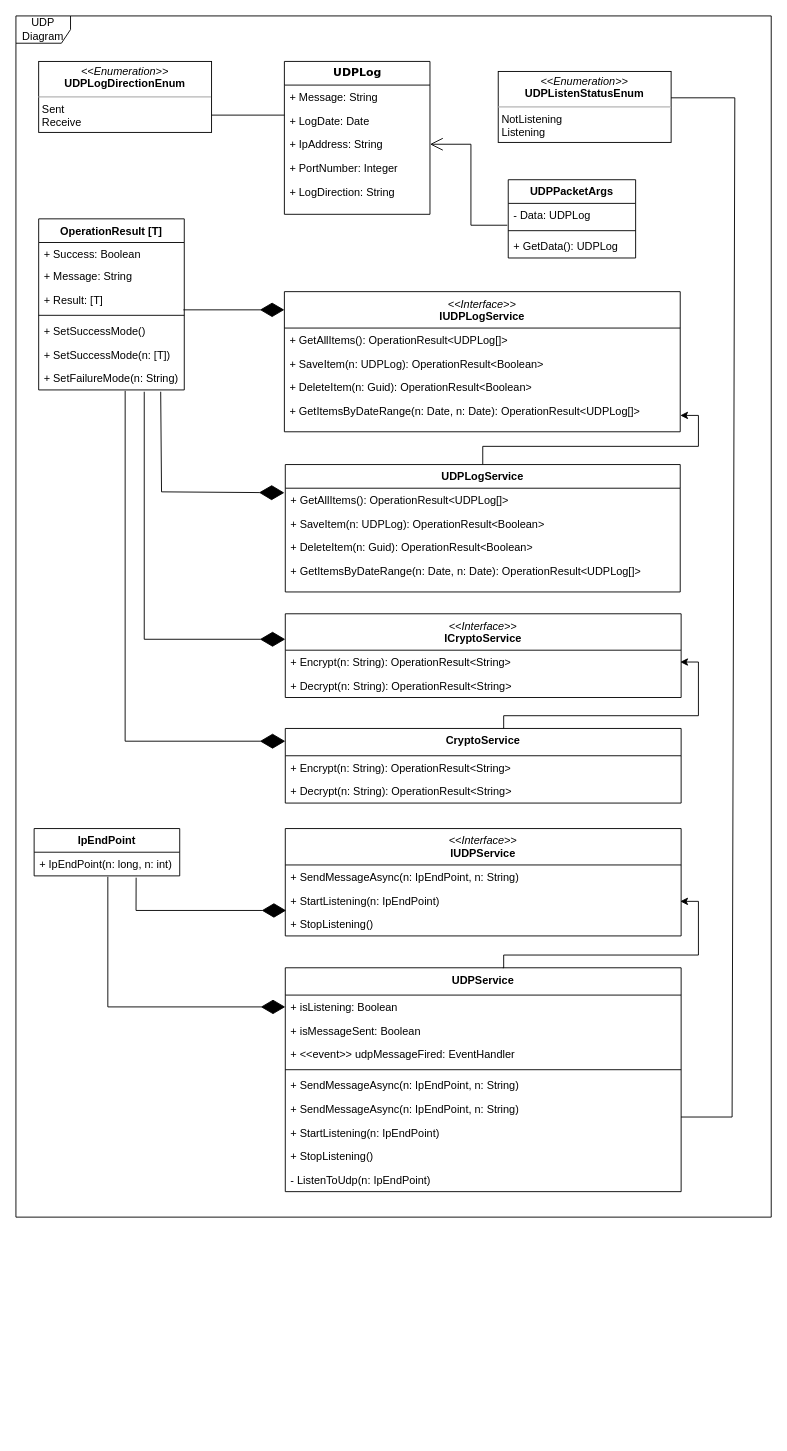
cusfekes/UDPCommunication keeps this draw.io diagram as UDPCommunication.UI/Documentation/UMLDiagrams/uml_class_diagram.drawio. Above is the earlier version. Source tidied: cells renumbered, new cells numbered last; positions are measured from the earlier drawing's top-left corner, leaving out a move shared by most shapes. Both pictures are drawn from the tidied source at 91%, with x=0, y=0 at pixel (15, 15).
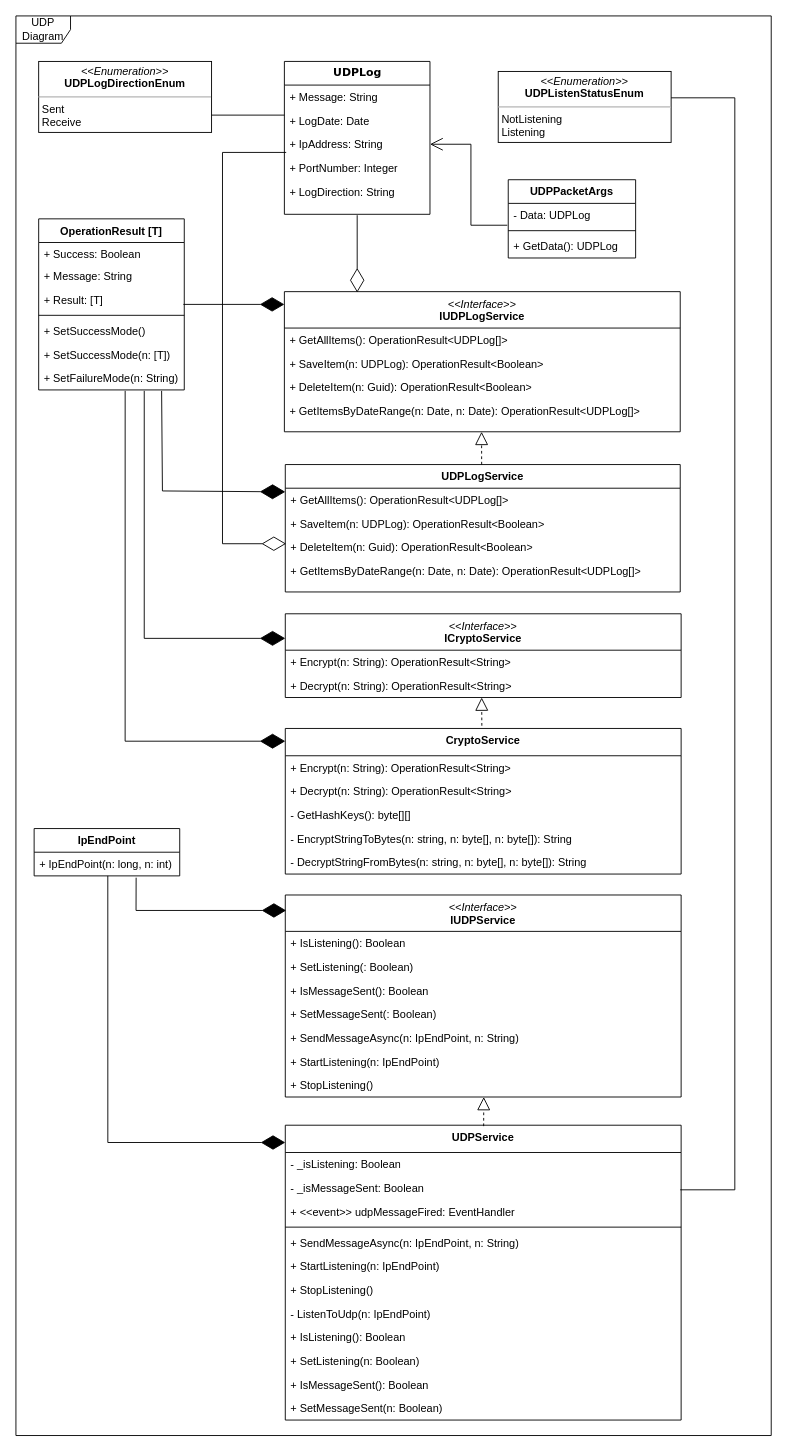
Above is the later version.

Unchanged cells that the change refers to:
```xml
<mxCell id="13" value="&lt;span style=&quot;font-weight: normal;&quot;&gt;&lt;i&gt;&amp;lt;&amp;lt;Interface&amp;gt;&amp;gt;&lt;/i&gt;&lt;/span&gt;&lt;br&gt;IUDPLogService" style="swimlane;fontStyle=1;align=center;verticalAlign=top;horizontal=1;startSize=40;whiteSpace=wrap;html=1;" parent="1" vertex="1">
  <mxGeometry x="295" y="303" width="435" height="154" as="geometry" />
</mxCell>
<mxCell id="17" value="+&amp;nbsp;GetItemsByDateRange(n: Date, n: Date):&amp;nbsp;OperationResult&amp;lt;UDPLog[]&amp;gt;" style="text;strokeColor=none;fillColor=none;align=left;verticalAlign=top;spacingLeft=4;spacingRight=4;overflow=hidden;points=[[0,0.5],[1,0.5]];portConstraint=eastwest;whiteSpace=wrap;html=1;rotation=0;" parent="13" vertex="1">
  <mxGeometry y="118" width="435" height="36" as="geometry" />
</mxCell>
<mxCell id="21" value="+ Result: [T]" style="text;strokeColor=none;fillColor=none;align=left;verticalAlign=top;spacingLeft=4;spacingRight=4;overflow=hidden;points=[[0,0.5],[1,0.5]];portConstraint=eastwest;whiteSpace=wrap;html=1;" parent="18" vertex="1">
  <mxGeometry y="76" width="160" height="26" as="geometry" />
</mxCell>
<mxCell id="25" value="+&amp;nbsp;SetFailureMode(n: String)" style="text;strokeColor=none;fillColor=none;align=left;verticalAlign=top;spacingLeft=4;spacingRight=4;overflow=hidden;points=[[0,0.5],[1,0.5]];portConstraint=eastwest;whiteSpace=wrap;html=1;rotation=0;" parent="18" vertex="1">
  <mxGeometry y="162" width="160" height="26" as="geometry" />
</mxCell>
<mxCell id="27" value="UDPLogService" style="swimlane;fontStyle=1;align=center;verticalAlign=top;horizontal=1;startSize=26;whiteSpace=wrap;html=1;rotation=0;" parent="1" vertex="1">
  <mxGeometry x="296" y="493" width="434" height="140" as="geometry" />
</mxCell>
<mxCell id="59" value="+ IpEndPoint(n: long, n: int)" style="text;strokeColor=none;fillColor=none;align=left;verticalAlign=top;spacingLeft=4;spacingRight=4;overflow=hidden;points=[[0,0.5],[1,0.5]];portConstraint=eastwest;whiteSpace=wrap;html=1;" parent="58" vertex="1">
  <mxGeometry y="26" width="160" height="26" as="geometry" />
</mxCell>
```

Change to the diagram source:
```diff
@@
     <mxCell id="12" value="UDP Diagram" style="shape=umlFrame;whiteSpace=wrap;html=1;" parent="1" vertex="1">
-      <mxGeometry width="830" height="1320" as="geometry" />
+      <mxGeometry width="830" height="1560" as="geometry" />
     </mxCell>
@@
-    <mxCell id="26" style="edgeStyle=orthogonalEdgeStyle;rounded=0;jettySize=auto;html=1;" parent="1" edge="1" source="27" target="17">
-      <mxGeometry relative="1" as="geometry" />
-    </mxCell>
@@
-    <mxCell id="32" style="endArrow=diamondThin;endFill=1;endSize=24;html=1;rounded=0;exitX=0.994;exitY=0.923;exitDx=0;exitDy=0;exitPerimeter=0;" parent="1" edge="1" source="21">
+    <mxCell id="32" style="endArrow=diamondThin;endFill=1;endSize=24;html=1;rounded=0;exitX=0.994;exitY=0.923;exitDx=0;exitDy=0;exitPerimeter=0;" parent="1" edge="1">
       <mxGeometry relative="1" as="geometry">
-        <mxPoint x="295" y="323" as="targetPoint" />
+        <mxPoint x="184" y="317" as="sourcePoint" />
+        <mxPoint x="295" y="317" as="targetPoint" />
       </mxGeometry>
     </mxCell>
-    <mxCell id="33" style="endArrow=diamondThin;endFill=1;endSize=25;html=1;rounded=0;exitX=0.838;exitY=1.077;exitDx=0;exitDy=0;exitPerimeter=0;" parent="1" edge="1" source="25">
+    <mxCell id="33" style="endArrow=diamondThin;endFill=1;endSize=25;html=1;rounded=0;exitX=0.838;exitY=1.077;exitDx=0;exitDy=0;exitPerimeter=0;" parent="1" edge="1">
       <mxGeometry relative="1" as="geometry">
-        <mxPoint x="295" y="524" as="targetPoint" />
+        <mxPoint x="160.1" y="412" as="sourcePoint" />
+        <mxPoint x="296" y="523" as="targetPoint" />
         <Array as="points">
-          <mxPoint x="160" y="523" />
+          <mxPoint x="161" y="522" />
         </Array>
       </mxGeometry>
     </mxCell>
@@
-    <mxCell id="37" style="edgeStyle=orthogonalEdgeStyle;rounded=0;orthogonalLoop=1;jettySize=auto;html=1;entryX=1;entryY=0.5;entryDx=0;entryDy=0;" parent="1" edge="1">
-      <mxGeometry relative="1" as="geometry">
-        <mxPoint x="535" y="783" as="sourcePoint" />
-        <mxPoint x="730" y="710" as="targetPoint" />
-        <Array as="points">
-          <mxPoint x="536" y="783" />
-          <mxPoint x="536" y="769" />
-          <mxPoint x="750" y="769" />
-          <mxPoint x="750" y="710" />
-        </Array>
-      </mxGeometry>
-    </mxCell>
     <mxCell id="38" style="endArrow=diamondThin;endFill=1;endSize=25;html=1;rounded=0;" parent="1" edge="1">
       <mxGeometry relative="1" as="geometry">
-        <mxPoint x="141" y="413" as="sourcePoint" />
-        <mxPoint x="296" y="685" as="targetPoint" />
+        <mxPoint x="141" y="412" as="sourcePoint" />
+        <mxPoint x="296" y="684" as="targetPoint" />
         <Array as="points">
-          <mxPoint x="141" y="685" />
+          <mxPoint x="141" y="684" />
         </Array>
       </mxGeometry>
     </mxCell>
     <mxCell id="39" value="CryptoService&lt;br&gt;" style="swimlane;fontStyle=1;align=center;verticalAlign=top;horizontal=1;startSize=30;whiteSpace=wrap;html=1;" parent="1" vertex="1">
-      <mxGeometry x="296" y="783" width="435" height="82" as="geometry" />
+      <mxGeometry x="296" y="783" width="435" height="160" as="geometry" />
     </mxCell>
+    <mxCell id="68" style="endArrow=block;dashed=1;endFill=0;endSize=12;html=1;rounded=0;" parent="39" edge="1">
+      <mxGeometry relative="1" as="geometry">
+        <mxPoint x="216" y="-3" as="sourcePoint" />
+        <mxPoint x="215.8" y="-34" as="targetPoint" />
+      </mxGeometry>
+    </mxCell>
@@
+    <mxCell id="69" value="- GetHashKeys(): byte[][]" style="text;strokeColor=none;fillColor=none;align=left;verticalAlign=top;spacingLeft=4;spacingRight=4;overflow=hidden;whiteSpace=wrap;html=1;" parent="39" vertex="1">
+      <mxGeometry y="82" width="435" height="26" as="geometry" />
+    </mxCell>
+    <mxCell id="70" value="-&amp;nbsp;EncryptStringToBytes(n: string, n: byte[], n: byte[]): String" style="text;strokeColor=none;fillColor=none;align=left;verticalAlign=top;spacingLeft=4;spacingRight=4;overflow=hidden;whiteSpace=wrap;html=1;" parent="39" vertex="1">
+      <mxGeometry y="108" width="435" height="26" as="geometry" />
+    </mxCell>
+    <mxCell id="71" value="- DecryptStringFromBytes(n: string, n: byte[], n: byte[]): String" style="text;strokeColor=none;fillColor=none;align=left;verticalAlign=top;spacingLeft=4;spacingRight=4;overflow=hidden;whiteSpace=wrap;html=1;" parent="39" vertex="1">
+      <mxGeometry y="134" width="435" height="26" as="geometry" />
+    </mxCell>
@@
     <mxCell id="43" value="&lt;span style=&quot;font-weight: normal;&quot;&gt;&lt;i&gt;&amp;lt;&amp;lt;Interface&amp;gt;&amp;gt;&lt;/i&gt;&lt;/span&gt;&lt;br&gt;IUDPService&lt;br&gt;" style="swimlane;fontStyle=1;align=center;verticalAlign=top;horizontal=1;startSize=40;whiteSpace=wrap;html=1;" parent="1" vertex="1">
-      <mxGeometry x="296" y="893" width="435" height="118" as="geometry" />
+      <mxGeometry x="296" y="966" width="435" height="222" as="geometry" />
     </mxCell>
+    <mxCell id="72" value="+&amp;nbsp;IsListening(): Boolean" style="text;strokeColor=none;fillColor=none;align=left;verticalAlign=top;spacingLeft=4;spacingRight=4;overflow=hidden;whiteSpace=wrap;html=1;" parent="43" vertex="1">
+      <mxGeometry y="40" width="435" height="26" as="geometry" />
+    </mxCell>
+    <mxCell id="73" value="+ SetListening(: Boolean)" style="text;strokeColor=none;fillColor=none;align=left;verticalAlign=top;spacingLeft=4;spacingRight=4;overflow=hidden;whiteSpace=wrap;html=1;" parent="43" vertex="1">
+      <mxGeometry y="66" width="435" height="26" as="geometry" />
+    </mxCell>
+    <mxCell id="74" value="+&amp;nbsp;IsMessageSent(): Boolean" style="text;strokeColor=none;fillColor=none;align=left;verticalAlign=top;spacingLeft=4;spacingRight=4;overflow=hidden;whiteSpace=wrap;html=1;" parent="43" vertex="1">
+      <mxGeometry y="92" width="435" height="26" as="geometry" />
+    </mxCell>
+    <mxCell id="75" value="+&amp;nbsp;SetMessageSent(: Boolean)" style="text;strokeColor=none;fillColor=none;align=left;verticalAlign=top;spacingLeft=4;spacingRight=4;overflow=hidden;whiteSpace=wrap;html=1;" parent="43" vertex="1">
+      <mxGeometry y="118" width="435" height="26" as="geometry" />
+    </mxCell>
     <mxCell id="44" value="+&amp;nbsp;SendMessageAsync(n: IpEndPoint, n: String)" style="text;strokeColor=none;fillColor=none;align=left;verticalAlign=top;spacingLeft=4;spacingRight=4;overflow=hidden;whiteSpace=wrap;html=1;" parent="43" vertex="1">
-      <mxGeometry y="40" width="435" height="26" as="geometry" />
+      <mxGeometry y="144" width="435" height="26" as="geometry" />
     </mxCell>
     <mxCell id="45" value="+&amp;nbsp;StartListening(n: IpEndPoint)" style="text;strokeColor=none;fillColor=none;align=left;verticalAlign=top;spacingLeft=4;spacingRight=4;overflow=hidden;whiteSpace=wrap;html=1;" parent="43" vertex="1">
-      <mxGeometry y="66" width="435" height="26" as="geometry" />
+      <mxGeometry y="170" width="435" height="26" as="geometry" />
     </mxCell>
     <mxCell id="46" value="+&amp;nbsp;StopListening()" style="text;strokeColor=none;fillColor=none;align=left;verticalAlign=top;spacingLeft=4;spacingRight=4;overflow=hidden;whiteSpace=wrap;html=1;" parent="43" vertex="1">
-      <mxGeometry y="92" width="435" height="26" as="geometry" />
+      <mxGeometry y="196" width="435" height="26" as="geometry" />
     </mxCell>
     <mxCell id="47" value="UDPService" style="swimlane;fontStyle=1;align=center;verticalAlign=top;horizontal=1;startSize=30;whiteSpace=wrap;html=1;" parent="1" vertex="1">
-      <mxGeometry x="296" y="1046" width="435" height="246" as="geometry" />
+      <mxGeometry x="296" y="1219" width="435" height="324" as="geometry" />
     </mxCell>
+    <mxCell id="76" style="endArrow=block;dashed=1;endFill=0;endSize=12;html=1;rounded=0;entryX=0.791;entryY=1;entryDx=0;entryDy=0;entryPerimeter=0;" parent="47" edge="1">
+      <mxGeometry relative="1" as="geometry">
+        <mxPoint x="218" y="1" as="sourcePoint" />
+        <mxPoint x="218.1" y="-31" as="targetPoint" />
+      </mxGeometry>
+    </mxCell>
-    <mxCell id="48" value="+&amp;nbsp;isListening: Boolean" style="text;strokeColor=none;fillColor=none;align=left;verticalAlign=top;spacingLeft=4;spacingRight=4;overflow=hidden;whiteSpace=wrap;html=1;" parent="47" vertex="1">
+    <mxCell id="48" value="- _isListening: Boolean" style="text;strokeColor=none;fillColor=none;align=left;verticalAlign=top;spacingLeft=4;spacingRight=4;overflow=hidden;whiteSpace=wrap;html=1;" parent="47" vertex="1">
       <mxGeometry y="30" width="435" height="26" as="geometry" />
     </mxCell>
-    <mxCell id="49" value="+&amp;nbsp;isMessageSent: Boolean" style="text;strokeColor=none;fillColor=none;align=left;verticalAlign=top;spacingLeft=4;spacingRight=4;overflow=hidden;whiteSpace=wrap;html=1;" parent="47" vertex="1">
+    <mxCell id="49" value="- _isMessageSent: Boolean" style="text;strokeColor=none;fillColor=none;align=left;verticalAlign=top;spacingLeft=4;spacingRight=4;overflow=hidden;whiteSpace=wrap;html=1;" parent="47" vertex="1">
       <mxGeometry y="56" width="435" height="26" as="geometry" />
     </mxCell>
@@
-    <mxCell id="53" value="+&amp;nbsp;SendMessageAsync(n: IpEndPoint, n: String)" style="text;strokeColor=none;fillColor=none;align=left;verticalAlign=top;spacingLeft=4;spacingRight=4;overflow=hidden;whiteSpace=wrap;html=1;" parent="47" vertex="1">
-      <mxGeometry y="142" width="435" height="26" as="geometry" />
-    </mxCell>
     <mxCell id="54" value="+&amp;nbsp;StartListening(n: IpEndPoint)" style="text;strokeColor=none;fillColor=none;align=left;verticalAlign=top;spacingLeft=4;spacingRight=4;overflow=hidden;whiteSpace=wrap;html=1;" parent="47" vertex="1">
-      <mxGeometry y="168" width="435" height="26" as="geometry" />
+      <mxGeometry y="142" width="435" height="26" as="geometry" />
     </mxCell>
     <mxCell id="55" value="+&amp;nbsp;StopListening()" style="text;strokeColor=none;fillColor=none;align=left;verticalAlign=top;spacingLeft=4;spacingRight=4;overflow=hidden;whiteSpace=wrap;html=1;" parent="47" vertex="1">
-      <mxGeometry y="194" width="435" height="26" as="geometry" />
+      <mxGeometry y="168" width="435" height="26" as="geometry" />
     </mxCell>
     <mxCell id="56" value="- ListenToUdp(n: IpEndPoint)" style="text;strokeColor=none;fillColor=none;align=left;verticalAlign=top;spacingLeft=4;spacingRight=4;overflow=hidden;whiteSpace=wrap;html=1;" parent="47" vertex="1">
-      <mxGeometry y="220" width="435" height="26" as="geometry" />
+      <mxGeometry y="194" width="435" height="26" as="geometry" />
     </mxCell>
-    <mxCell id="57" style="edgeStyle=orthogonalEdgeStyle;rounded=0;orthogonalLoop=1;jettySize=auto;html=1;entryX=1;entryY=0.5;entryDx=0;entryDy=0;" parent="1" edge="1">
-      <mxGeometry relative="1" as="geometry">
-        <mxPoint x="535" y="1046" as="sourcePoint" />
-        <mxPoint x="730" y="973" as="targetPoint" />
-        <Array as="points">
-          <mxPoint x="536" y="1046" />
-          <mxPoint x="536" y="1032" />
-          <mxPoint x="750" y="1032" />
-          <mxPoint x="750" y="973" />
-        </Array>
-      </mxGeometry>
-    </mxCell>
+    <mxCell id="53" value="+&amp;nbsp;IsListening(): Boolean" style="text;strokeColor=none;fillColor=none;align=left;verticalAlign=top;spacingLeft=4;spacingRight=4;overflow=hidden;whiteSpace=wrap;html=1;" parent="47" vertex="1">
+      <mxGeometry y="220" width="435" height="26" as="geometry" />
+    </mxCell>
+    <mxCell id="77" value="+&amp;nbsp;SetListening(n: Boolean)" style="text;strokeColor=none;fillColor=none;align=left;verticalAlign=top;spacingLeft=4;spacingRight=4;overflow=hidden;whiteSpace=wrap;html=1;" parent="47" vertex="1">
+      <mxGeometry y="246" width="435" height="26" as="geometry" />
+    </mxCell>
+    <mxCell id="78" value="+&amp;nbsp;IsMessageSent(): Boolean" style="text;strokeColor=none;fillColor=none;align=left;verticalAlign=top;spacingLeft=4;spacingRight=4;overflow=hidden;whiteSpace=wrap;html=1;" parent="47" vertex="1">
+      <mxGeometry y="272" width="435" height="26" as="geometry" />
+    </mxCell>
+    <mxCell id="79" value="+&amp;nbsp;SetMessageSent(n: Boolean)" style="text;strokeColor=none;fillColor=none;align=left;verticalAlign=top;spacingLeft=4;spacingRight=4;overflow=hidden;whiteSpace=wrap;html=1;" parent="47" vertex="1">
+      <mxGeometry y="298" width="435" height="26" as="geometry" />
+    </mxCell>
@@
-    <mxCell id="61" style="endArrow=diamondThin;endFill=1;endSize=24;html=1;rounded=0;exitX=0.5;exitY=1.038;exitDx=0;exitDy=0;exitPerimeter=0;entryX=0.007;entryY=0.923;entryDx=0;entryDy=0;entryPerimeter=0;" parent="1" edge="1">
+    <mxCell id="61" style="endArrow=diamondThin;endFill=1;endSize=24;html=1;rounded=0;entryX=0.007;entryY=0.923;entryDx=0;entryDy=0;entryPerimeter=0;exitX=0.506;exitY=1;exitDx=0;exitDy=0;exitPerimeter=0;" parent="1" edge="1" source="59">
       <mxGeometry relative="1" as="geometry">
-        <mxPoint x="101" y="946" as="sourcePoint" />
-        <mxPoint x="296" y="1089" as="targetPoint" />
+        <mxPoint x="296" y="1238" as="targetPoint" />
         <Array as="points">
-          <mxPoint x="101" y="1089" />
+          <mxPoint x="101" y="1238" />
         </Array>
       </mxGeometry>
     </mxCell>
@@
-    <mxCell id="67" style="endArrow=none;html=1;rounded=0;exitX=1.007;exitY=0.846;exitDx=0;exitDy=0;exitPerimeter=0;" parent="1" edge="1">
+    <mxCell id="67" style="endArrow=none;html=1;rounded=0;" parent="1" edge="1">
       <mxGeometry relative="1" as="geometry">
-        <mxPoint x="731" y="1210" as="sourcePoint" />
+        <mxPoint x="730" y="1290" as="sourcePoint" />
         <mxPoint x="720" y="90" as="targetPoint" />
         <Array as="points">
-          <mxPoint x="787" y="1210" />
+          <mxPoint x="790" y="1290" />
           <mxPoint x="790" y="90" />
         </Array>
       </mxGeometry>
     </mxCell>
+    <mxCell id="80" style="endArrow=block;dashed=1;endFill=0;endSize=12;html=1;rounded=0;" parent="1" edge="1">
+      <mxGeometry relative="1" as="geometry">
+        <mxPoint x="511.8" y="493" as="sourcePoint" />
+        <mxPoint x="511.7" y="457" as="targetPoint" />
+      </mxGeometry>
+    </mxCell>
+    <mxCell id="81" style="endArrow=diamondThin;endFill=0;endSize=24;html=1;rounded=0;entryX=0.184;entryY=0.006;entryDx=0;entryDy=0;entryPerimeter=0;" parent="1" edge="1" target="13">
+      <mxGeometry relative="1" as="geometry">
+        <mxPoint x="375" y="219" as="sourcePoint" />
+      </mxGeometry>
+    </mxCell>
+    <mxCell id="82" style="endArrow=diamondThin;endFill=0;endSize=24;html=1;startSize=18;rounded=0;entryX=0.009;entryY=0.346;entryDx=0;entryDy=0;entryPerimeter=0;" parent="1" edge="1">
+      <mxGeometry relative="1" as="geometry">
+        <mxPoint x="297" y="150" as="sourcePoint" />
+        <mxPoint x="296.9" y="580" as="targetPoint" />
+        <Array as="points">
+          <mxPoint x="227" y="150" />
+          <mxPoint x="227" y="580" />
+        </Array>
+      </mxGeometry>
+    </mxCell>
```
